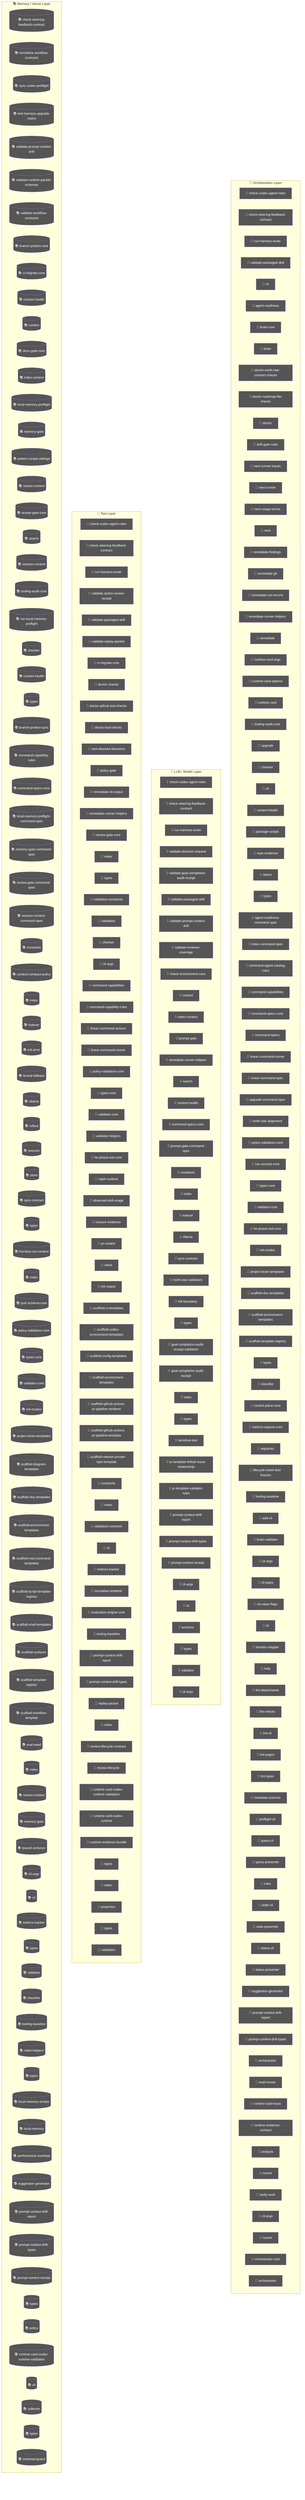
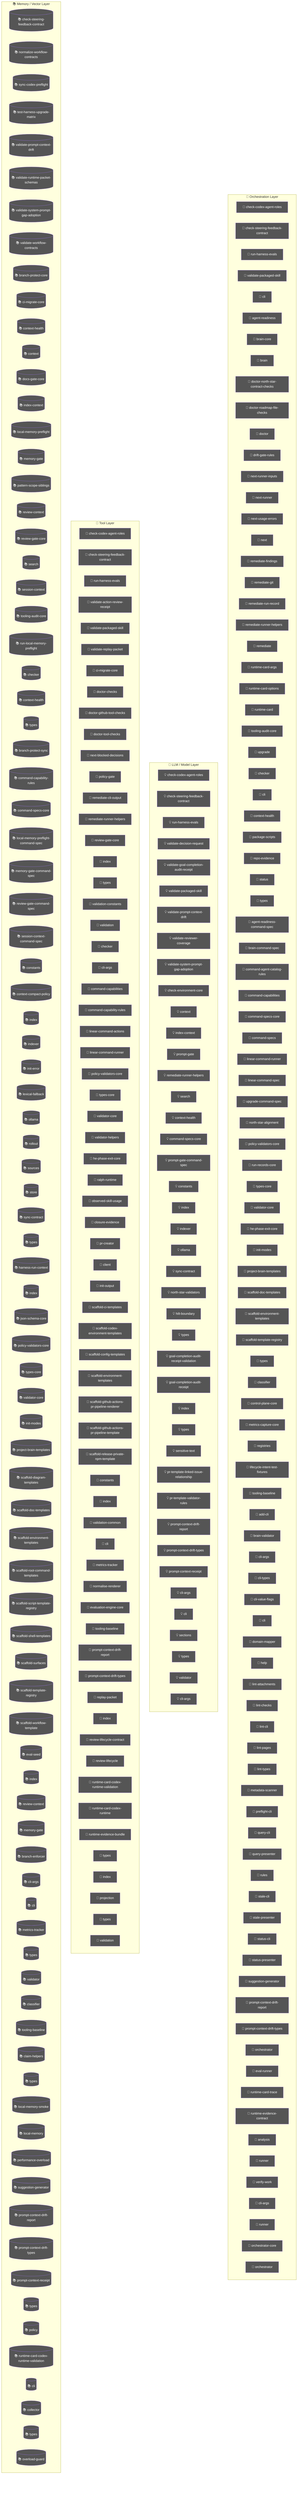
flowchart TD
  subgraph Orchestration["🎯 Orchestration Layer"]
    node_agent_mmd_orchestration_layer_orchestration_chec_7a9f0b64["🤖 check-codex-agent-roles"]
    node_agent_mmd_orchestration_layer_orchestration_chec_7fd47f5c["🤖 check-steering-feedback-contract"]
    node_agent_mmd_orchestration_layer_orchestration_run__18817957["🤖 run-harness-evals"]
    node_agent_mmd_orchestration_layer_orchestration_vali_c01b04be["🤖 validate-packaged-skill"]
    cli_99bb8840["🤖 cli"]
    agent_readiness_c82c68e6["🤖 agent-readiness"]
    brain_core_aa07c380["🤖 brain-core"]
    brain_bbbf7a64["🤖 brain"]
    doctor_north_star_contract_checks_0048124c["🤖 doctor-north-star-contract-checks"]
    doctor_roadmap_file_checks_14447b8e["🤖 doctor-roadmap-file-checks"]
    doctor_72f4be89["🤖 doctor"]
    drift_gate_rules_9685e72d["🤖 drift-gate-rules"]
    next_runner_inputs_754dba64["🤖 next-runner-inputs"]
    next_runner_41643472["🤖 next-runner"]
    next_usage_errors_837a345a["🤖 next-usage-errors"]
    next_c6c1c9a9["🤖 next"]
    remediate_findings_8b09c8c6["🤖 remediate-findings"]
    remediate_git_58c6f6f4["🤖 remediate-git"]
    remediate_run_record_9dfe5dc1["🤖 remediate-run-record"]
    node_agent_mmd_orchestration_layer_orchestration_reme_359fe98f["🤖 remediate-runner-helpers"]
    remediate_06b9c7fc["🤖 remediate"]
    runtime_card_args_2b3d4b28["🤖 runtime-card-args"]
    runtime_card_options_c9156ad5["🤖 runtime-card-options"]
    runtime_card_e06b53e1["🤖 runtime-card"]
    node_agent_mmd_orchestration_layer_orchestration_tool_acfe0c01["🤖 tooling-audit-core"]
    upgrade_7fef9479["🤖 upgrade"]
    node_agent_mmd_orchestration_layer_orchestration_chec_0550c395["🤖 checker"]
    cli_1_084e05fe["🤖 cli"]
    node_agent_mmd_orchestration_layer_orchestration_cont_61b3b9c9["🤖 context-health"]
    package_scripts_3ee6150f["🤖 package-scripts"]
    repo_evidence_38bb1de5["🤖 repo-evidence"]
    status_073c1634["🤖 status"]
    node_agent_mmd_orchestration_layer_orchestration_type_4f906dcc["🤖 types"]
    agent_readiness_command_spec_a30c2c1e["🤖 agent-readiness-command-spec"]
    brain_command_spec_15b122d5["🤖 brain-command-spec"]
    command_agent_catalog_rules_8e06b2af["🤖 command-agent-catalog-rules"]
    node_agent_mmd_orchestration_layer_orchestration_comm_6e41a7f7["🤖 command-capabilities"]
    node_agent_mmd_orchestration_layer_orchestration_comm_1f8cc24c["🤖 command-specs-core"]
    command_specs_69167c63["🤖 command-specs"]
    node_agent_mmd_orchestration_layer_orchestration_line_b67affd5["🤖 linear-command-runner"]
    linear_command_spec_1e12dd44["🤖 linear-command-spec"]
    upgrade_command_spec_03f6c7bd["🤖 upgrade-command-spec"]
    north_star_alignment_00440188["🤖 north-star-alignment"]
    node_agent_mmd_orchestration_layer_orchestration_poli_3270b55d["🤖 policy-validators-core"]
    run_records_core_89286dfa["🤖 run-records-core"]
    node_agent_mmd_orchestration_layer_orchestration_type_7cf81261["🤖 types-core"]
    node_agent_mmd_orchestration_layer_orchestration_vali_d9fe99e6["🤖 validator-core"]
    node_agent_mmd_orchestration_layer_orchestration_he_p_fc778c24["🤖 he-phase-exit-core"]
    node_agent_mmd_orchestration_layer_orchestration_init_2a9c3ecb["🤖 init-modes"]
    node_agent_mmd_orchestration_layer_orchestration_proj_6ab6f60f["🤖 project-brain-templates"]
    node_agent_mmd_orchestration_layer_orchestration_scaf_12cc07db["🤖 scaffold-doc-templates"]
    node_agent_mmd_orchestration_layer_orchestration_scaf_c9a90c2f["🤖 scaffold-environment-templates"]
    node_agent_mmd_orchestration_layer_orchestration_scaf_ff8f92f6["🤖 scaffold-template-registry"]
    types_16_0fae1112["🤖 types"]
    node_agent_mmd_orchestration_layer_orchestration_clas_899b821a["🤖 classifier"]
    control_plane_core_db3b4cb2["🤖 control-plane-core"]
    metrics_capture_core_db4bf7cf["🤖 metrics-capture-core"]
    registries_06402afa["🤖 registries"]
    lifecycle_intent_test_fixtures_a53c7ada["🤖 lifecycle-intent-test-fixtures"]
    node_agent_mmd_orchestration_layer_orchestration_tool_cc43149f["🤖 tooling-baseline"]
    add_cli_7614de25["🤖 add-cli"]
    brain_validator_be251832["🤖 brain-validator"]
    cli_args_8_d546936e["🤖 cli-args"]
    cli_types_1686e858["🤖 cli-types"]
    cli_value_flags_732a8e43["🤖 cli-value-flags"]
    cli_9_b54c1407["🤖 cli"]
    domain_mapper_cd9333d2["🤖 domain-mapper"]
    help_106a5842["🤖 help"]
    lint_attachments_873c0632["🤖 lint-attachments"]
    lint_checks_83522b19["🤖 lint-checks"]
    lint_cli_9ec62ec0["🤖 lint-cli"]
    lint_pages_e33301d0["🤖 lint-pages"]
    lint_types_2862c255["🤖 lint-types"]
    metadata_scanner_6a101b66["🤖 metadata-scanner"]
    preflight_cli_5d148379["🤖 preflight-cli"]
    query_cli_b95be64d["🤖 query-cli"]
    query_presenter_02e6077c["🤖 query-presenter"]
    rules_6c621d1a["🤖 rules"]
    stale_cli_64548720["🤖 stale-cli"]
    stale_presenter_1de4e3a2["🤖 stale-presenter"]
    status_cli_4c24a0d6["🤖 status-cli"]
    status_presenter_8de686c1["🤖 status-presenter"]
    node_agent_mmd_orchestration_layer_orchestration_sugg_85c5ebe3["🤖 suggestion-generator"]
    node_agent_mmd_orchestration_layer_orchestration_prom_d17b4de2["🤖 prompt-context-drift-report"]
    node_agent_mmd_orchestration_layer_orchestration_prom_77088997["🤖 prompt-context-drift-types"]
    orchestrator_11376b7e["🤖 orchestrator"]
    eval_runner_0966a6b3["🤖 eval-runner"]
    runtime_card_trace_64a5ca95["🤖 runtime-card-trace"]
    runtime_evidence_contract_0f7b15b2["🤖 runtime-evidence-contract"]
    analysis_f44e85c4["🤖 analysis"]
    runner_527aa9f4["🤖 runner"]
    verify_work_1_cd8e7ec3["🤖 verify-work"]
    cli_args_14_3481043e["🤖 cli-args"]
    runner_1_6f281bf8["🤖 runner"]
    orchestrator_core_d0678b53["🤖 orchestrator-core"]
    orchestrator_1_6b7137c5["🤖 orchestrator"]
  end
  subgraph LLMLayer["🧠 LLM / Model Layer"]
    node_agent_mmd_llm_model_layer_llmlayer_check_codex_a_29e7b7fa["💡 check-codex-agent-roles"]
    node_agent_mmd_llm_model_layer_llmlayer_check_steerin_0e1bf90d["💡 check-steering-feedback-contract"]
    node_agent_mmd_llm_model_layer_llmlayer_run_harness_e_603fcfdc["💡 run-harness-evals"]
    validate_decision_request_2e5c325e["💡 validate-decision-request"]
    validate_goal_completion_audit_receipt_100d252c["💡 validate-goal-completion-audit-receipt"]
    node_agent_mmd_llm_model_layer_llmlayer_validate_pack_2a12e1f4["💡 validate-packaged-skill"]
    node_agent_mmd_llm_model_layer_llmlayer_validate_prom_9880f764["💡 validate-prompt-context-drift"]
    validate_reviewer_coverage_251efee3["💡 validate-reviewer-coverage"]
+     node_agent_mmd_llm_model_layer_llmlayer_validate_syst_5636156e["💡 validate-system-prompt-gap-adoption"]
    check_environment_core_2c16213f["💡 check-environment-core"]
    node_agent_mmd_llm_model_layer_llmlayer_context_conte_ad2dfbd9["💡 context"]
    node_agent_mmd_llm_model_layer_llmlayer_index_context_1041bd11["💡 index-context"]
    prompt_gate_c5e9d207["💡 prompt-gate"]
    node_agent_mmd_llm_model_layer_llmlayer_remediate_run_9e3d4585["💡 remediate-runner-helpers"]
    node_agent_mmd_llm_model_layer_llmlayer_search_search_66b9a911["💡 search"]
    node_agent_mmd_llm_model_layer_llmlayer_context_healt_cfc0bfa8["💡 context-health"]
    node_agent_mmd_llm_model_layer_llmlayer_command_specs_782af9fa["💡 command-specs-core"]
    prompt_gate_command_spec_9a941482["💡 prompt-gate-command-spec"]
    node_agent_mmd_llm_model_layer_llmlayer_constants_con_c9bd3f6c["💡 constants"]
    node_agent_mmd_llm_model_layer_llmlayer_index_index_1_02e160ff["💡 index"]
    node_agent_mmd_llm_model_layer_llmlayer_indexer_index_4f4deef5["💡 indexer"]
    node_agent_mmd_llm_model_layer_llmlayer_ollama_ollama_968b23fa["💡 ollama"]
    node_agent_mmd_llm_model_layer_llmlayer_sync_contract_9f3cc8c1["💡 sync-contract"]
    north_star_validators_cfc926ce["💡 north-star-validators"]
    hilt_boundary_9b36fb15["💡 hilt-boundary"]
    types_10_75e5a4a0["💡 types"]
    goal_completion_audit_receipt_validation_9d0f4891["💡 goal-completion-audit-receipt-validation"]
    goal_completion_audit_receipt_5e4939c3["💡 goal-completion-audit-receipt"]
    index_5_522f772a["💡 index"]
    node_agent_mmd_llm_model_layer_llmlayer_constants_con_c9bd3f6c["💡 constants"]
    types_17_ed30531c["💡 types"]
    sensitive_text_7c11f760["💡 sensitive-text"]
    pr_template_linked_issue_relationship_a7b61f2c["💡 pr-template-linked-issue-relationship"]
    pr_template_validator_rules_20a32d6b["💡 pr-template-validator-rules"]
    node_agent_mmd_llm_model_layer_llmlayer_index_index_1_02e160ff["💡 index"]
    node_agent_mmd_llm_model_layer_llmlayer_prompt_contex_81f9066a["💡 prompt-context-drift-report"]
    node_agent_mmd_llm_model_layer_llmlayer_prompt_contex_e5066b88["💡 prompt-context-drift-types"]
    node_agent_mmd_llm_model_layer_llmlayer_index_index_1_02e160ff["💡 index"]
    node_agent_mmd_llm_model_layer_llmlayer_prompt_contex_6426acc2["💡 prompt-context-receipt"]
    cli_args_9_9c136878["💡 cli-args"]
    cli_10_35dc8cbd["💡 cli"]
    sections_4697ef32["💡 sections"]
    types_27_4d134744["💡 types"]
    validator_7_f836eb0e["💡 validator"]
    cli_args_10_861cdd3f["💡 cli-args"]
  end
  subgraph ToolLayer["🔧 Tool Layer"]
    node_agent_mmd_tool_layer_toollayer_check_codex_agent_4b361d5a["🔧 check-codex-agent-roles"]
    node_agent_mmd_tool_layer_toollayer_check_steering_fe_eafecf3a["🔧 check-steering-feedback-contract"]
    node_agent_mmd_tool_layer_toollayer_run_harness_evals_e2ee24f1["🔧 run-harness-evals"]
    validate_action_review_receipt_fa2f06c3["🔧 validate-action-review-receipt"]
    node_agent_mmd_tool_layer_toollayer_validate_packaged_2855c827["🔧 validate-packaged-skill"]
    validate_replay_packet_f309747e["🔧 validate-replay-packet"]
    node_agent_mmd_tool_layer_toollayer_ci_migrate_core_c_049f8460["🔧 ci-migrate-core"]
    doctor_checks_5a2eb2b9["🔧 doctor-checks"]
    doctor_github_tool_checks_a53b0382["🔧 doctor-github-tool-checks"]
    doctor_tool_checks_4acac51a["🔧 doctor-tool-checks"]
    next_blocked_decisions_4140ad2b["🔧 next-blocked-decisions"]
    policy_gate_213f7313["🔧 policy-gate"]
    remediate_cli_output_cc165396["🔧 remediate-cli-output"]
    node_agent_mmd_tool_layer_toollayer_remediate_runner__c003b871["🔧 remediate-runner-helpers"]
    node_agent_mmd_tool_layer_toollayer_review_gate_core__7704598b["🔧 review-gate-core"]
    index_1bc04b52["🔧 index"]
    types_1_4ecdf56e["🔧 types"]
    validation_constants_e002a0f6["🔧 validation-constants"]
    validation_98c41dcd["🔧 validation"]
    node_agent_mmd_tool_layer_toollayer_checker_checker_2_453d593b["🔧 checker"]
    cli_args_1_6144b055["🔧 cli-args"]
    node_agent_mmd_tool_layer_toollayer_command_capabilit_7fe13db1["🔧 command-capabilities"]
    node_agent_mmd_tool_layer_toollayer_command_capabilit_e97a4615["🔧 command-capability-rules"]
    linear_command_actions_e430f4f4["🔧 linear-command-actions"]
    node_agent_mmd_tool_layer_toollayer_linear_command_ru_d6763748["🔧 linear-command-runner"]
    node_agent_mmd_tool_layer_toollayer_policy_validators_af136abf["🔧 policy-validators-core"]
    node_agent_mmd_tool_layer_toollayer_types_core_types__6c8319b6["🔧 types-core"]
    node_agent_mmd_tool_layer_toollayer_validator_core_va_6ef6131f["🔧 validator-core"]
    validator_helpers_7b927667["🔧 validator-helpers"]
    node_agent_mmd_tool_layer_toollayer_he_phase_exit_cor_af016160["🔧 he-phase-exit-core"]
    ralph_runtime_73d63c0e["🔧 ralph-runtime"]
    observed_skill_usage_ed7d5930["🔧 observed-skill-usage"]
    closure_evidence_aaa31467["🔧 closure-evidence"]
    pr_creator_dc6b1ea4["🔧 pr-creator"]
    client_948fe603["🔧 client"]
    init_output_360dce91["🔧 init-output"]
    scaffold_ci_templates_2afd6392["🔧 scaffold-ci-templates"]
    scaffold_codex_environment_templates_334fbbed["🔧 scaffold-codex-environment-templates"]
    scaffold_config_templates_4b80ce53["🔧 scaffold-config-templates"]
    node_agent_mmd_tool_layer_toollayer_scaffold_environm_c1afc013["🔧 scaffold-environment-templates"]
    scaffold_github_actions_pr_pipeline_renderer_1ee18de5["🔧 scaffold-github-actions-pr-pipeline-renderer"]
    scaffold_github_actions_pr_pipeline_template_e2b85f62["🔧 scaffold-github-actions-pr-pipeline-template"]
    scaffold_release_private_npm_template_075499f8["🔧 scaffold-release-private-npm-template"]
    node_agent_mmd_tool_layer_toollayer_constants_constan_9d71b829["🔧 constants"]
    index_9_32dd4d91["🔧 index"]
    validation_common_6161e48b["🔧 validation-common"]
    node_agent_mmd_tool_layer_toollayer_cli_cli_2_1_32d9eeaf["🔧 cli"]
    node_agent_mmd_tool_layer_toollayer_metrics_tracker_m_4c9237d8["🔧 metrics-tracker"]
    normalise_renderer_85f2e563["🔧 normalise-renderer"]
    evaluation_engine_core_e054fe49["🔧 evaluation-engine-core"]
    node_agent_mmd_tool_layer_toollayer_tooling_baseline__61e66e9f["🔧 tooling-baseline"]
    node_agent_mmd_tool_layer_toollayer_prompt_context_dr_a2772f2b["🔧 prompt-context-drift-report"]
    node_agent_mmd_tool_layer_toollayer_prompt_context_dr_bd82da46["🔧 prompt-context-drift-types"]
    replay_packet_a1293f88["🔧 replay-packet"]
    index_14_d982116c["🔧 index"]
    review_lifecycle_contract_e5447221["🔧 review-lifecycle-contract"]
    review_lifecycle_89afa64c["🔧 review-lifecycle"]
    node_agent_mmd_tool_layer_toollayer_runtime_card_code_3636ceac["🔧 runtime-card-codex-runtime-validation"]
    runtime_card_codex_runtime_0655e230["🔧 runtime-card-codex-runtime"]
    runtime_evidence_bundle_d471a232["🔧 runtime-evidence-bundle"]
    types_36_674380ec["🔧 types"]
    index_17_642943a2["🔧 index"]
    projection_1b250ea1["🔧 projection"]
    types_38_e8efcd57["🔧 types"]
    validation_7_c4e6d8b6["🔧 validation"]
  end
  subgraph MemoryLayer["📚 Memory / Vector Layer"]
    node_agent_mmd_memory_vector_layer_memorylayer_check__64c86928[("📚 check-steering-feedback-contract")]
    normalize_workflow_contracts_8701f1c8[("📚 normalize-workflow-contracts")]
    sync_codex_preflight_7e7a8dc2[("📚 sync-codex-preflight")]
    test_harness_upgrade_matrix_84113c4e[("📚 test-harness-upgrade-matrix")]
    node_agent_mmd_memory_vector_layer_memorylayer_valida_c52c4db8[("📚 validate-prompt-context-drift")]
    validate_runtime_packet_schemas_bc3ba8ec[("📚 validate-runtime-packet-schemas")]
+     node_agent_mmd_memory_vector_layer_memorylayer_valida_db599a97[("📚 validate-system-prompt-gap-adoption")]
    validate_workflow_contracts_33dc063c[("📚 validate-workflow-contracts")]
    branch_protect_core_a8feb0fd[("📚 branch-protect-core")]
    node_agent_mmd_memory_vector_layer_memorylayer_ci_mig_0cd5b1a4[("📚 ci-migrate-core")]
    context_health_80bb7da9[("📚 context-health")]
    node_agent_mmd_memory_vector_layer_memorylayer_contex_78ceaaa9[("📚 context")]
    docs_gate_core_eb9b6c18[("📚 docs-gate-core")]
    node_agent_mmd_memory_vector_layer_memorylayer_index__6f3402d0[("📚 index-context")]
    local_memory_preflight_dcc36c42[("📚 local-memory-preflight")]
    memory_gate_a577a506[("📚 memory-gate")]
    pattern_scope_siblings_43abe000[("📚 pattern-scope-siblings")]
    review_context_ca6cf81d[("📚 review-context")]
    node_agent_mmd_memory_vector_layer_memorylayer_review_5bee9816[("📚 review-gate-core")]
    node_agent_mmd_memory_vector_layer_memorylayer_search_ac35cb7e[("📚 search")]
    session_context_e5ec72c0[("📚 session-context")]
    node_agent_mmd_memory_vector_layer_memorylayer_toolin_a1185b8f[("📚 tooling-audit-core")]
    run_local_memory_preflight_36e92808[("📚 run-local-memory-preflight")]
    node_agent_mmd_memory_vector_layer_memorylayer_checke_a583eb4f[("📚 checker")]
    node_agent_mmd_memory_vector_layer_memorylayer_contex_3204aa0e[("📚 context-health")]
    node_agent_mmd_memory_vector_layer_memorylayer_types__9ad640a0[("📚 types")]
    branch_protect_sync_570adb18[("📚 branch-protect-sync")]
    node_agent_mmd_memory_vector_layer_memorylayer_comman_c72a5d05[("📚 command-capability-rules")]
    node_agent_mmd_memory_vector_layer_memorylayer_comman_111eb454[("📚 command-specs-core")]
    local_memory_preflight_command_spec_9e23f3ce[("📚 local-memory-preflight-command-spec")]
    memory_gate_command_spec_dc9001a9[("📚 memory-gate-command-spec")]
    review_gate_command_spec_3187376a[("📚 review-gate-command-spec")]
    session_context_command_spec_973afbb1[("📚 session-context-command-spec")]
    node_agent_mmd_memory_vector_layer_memorylayer_consta_702d3f46[("📚 constants")]
    context_compact_policy_3dcaf95d[("📚 context-compact-policy")]
    node_agent_mmd_memory_vector_layer_memorylayer_index__752bc61e[("📚 index")]
    node_agent_mmd_memory_vector_layer_memorylayer_indexe_93e6d86f[("📚 indexer")]
    init_error_5c7dd49f[("📚 init-error")]
    lexical_fallback_723e2b3e[("📚 lexical-fallback")]
    node_agent_mmd_memory_vector_layer_memorylayer_ollama_6d51be16[("📚 ollama")]
    rollout_a4fa034c[("📚 rollout")]
    sources_878a52fc[("📚 sources")]
    store_824d80d7[("📚 store")]
    node_agent_mmd_memory_vector_layer_memorylayer_sync_c_e43418bc[("📚 sync-contract")]
    types_8_f6283648[("📚 types")]
    harness_run_context_ac7c77a9[("📚 harness-run-context")]
    index_4_013aa0e3[("📚 index")]
    json_schema_core_96d7e328[("📚 json-schema-core")]
    node_agent_mmd_memory_vector_layer_memorylayer_policy_1944de42[("📚 policy-validators-core")]
    node_agent_mmd_memory_vector_layer_memorylayer_types__83f369fa[("📚 types-core")]
    node_agent_mmd_memory_vector_layer_memorylayer_valida_41034356[("📚 validator-core")]
    node_agent_mmd_memory_vector_layer_memorylayer_init_m_333d02c5[("📚 init-modes")]
    node_agent_mmd_memory_vector_layer_memorylayer_projec_3ae304d9[("📚 project-brain-templates")]
    scaffold_diagram_templates_dd88e83c[("📚 scaffold-diagram-templates")]
    node_agent_mmd_memory_vector_layer_memorylayer_scaffo_5fd73b94[("📚 scaffold-doc-templates")]
    node_agent_mmd_memory_vector_layer_memorylayer_scaffo_12b42341[("📚 scaffold-environment-templates")]
    scaffold_root_command_templates_404fed7f[("📚 scaffold-root-command-templates")]
    scaffold_script_template_registry_69312d4e[("📚 scaffold-script-template-registry")]
    scaffold_shell_templates_0ad0f915[("📚 scaffold-shell-templates")]
    scaffold_surfaces_12d6494e[("📚 scaffold-surfaces")]
    node_agent_mmd_memory_vector_layer_memorylayer_scaffo_a86eece1[("📚 scaffold-template-registry")]
    scaffold_workflow_template_92310587[("📚 scaffold-workflow-template")]
    eval_seed_5699fd3e[("📚 eval-seed")]
    index_10_f6785a46[("📚 index")]
    review_context_1_e3afed15[("📚 review-context")]
    memory_gate_1_265164ac[("📚 memory-gate")]
    branch_enforcer_acb749cd[("📚 branch-enforcer")]
    cli_args_5_09ea29f0[("📚 cli-args")]
    node_agent_mmd_memory_vector_layer_memorylayer_cli_cl_1f1f89ab[("📚 cli")]
    node_agent_mmd_memory_vector_layer_memorylayer_metric_12562178[("📚 metrics-tracker")]
    types_19_eb4ad5f0[("📚 types")]
    validator_5_b19ac2be[("📚 validator")]
    node_agent_mmd_memory_vector_layer_memorylayer_classi_1ebbf5ff[("📚 classifier")]
    node_agent_mmd_memory_vector_layer_memorylayer_toolin_14f86b00[("📚 tooling-baseline")]
    claim_helpers_20dc8387[("📚 claim-helpers")]
    types_24_c63dc1a7[("📚 types")]
    local_memory_smoke_1175abfc[("📚 local-memory-smoke")]
    local_memory_0db17ecc[("📚 local-memory")]
    performance_overload_c685bfcf[("📚 performance-overload")]
    node_agent_mmd_memory_vector_layer_memorylayer_sugges_267f408d[("📚 suggestion-generator")]
    node_agent_mmd_memory_vector_layer_memorylayer_index__752bc61e[("📚 index")]
    node_agent_mmd_memory_vector_layer_memorylayer_prompt_ae34fc43[("📚 prompt-context-drift-report")]
    node_agent_mmd_memory_vector_layer_memorylayer_prompt_efd77624[("📚 prompt-context-drift-types")]
    node_agent_mmd_memory_vector_layer_memorylayer_index__752bc61e[("📚 index")]
    node_agent_mmd_memory_vector_layer_memorylayer_prompt_55c0d605[("📚 prompt-context-receipt")]
    types_31_eb363e20[("📚 types")]
    policy_1_fc4198db[("📚 policy")]
    node_agent_mmd_memory_vector_layer_memorylayer_runtim_a5d23e7f[("📚 runtime-card-codex-runtime-validation")]
    cli_11_338a8415[("📚 cli")]
    collector_0736fd5b[("📚 collector")]
    types_34_85e6a0bb[("📚 types")]
    overload_guard_2748c559[("📚 overload-guard")]
  end
  classDef agentNode fill:#555,color:#fff
  class node_agent_mmd_orchestration_layer_orchestration_chec_7a9f0b64,node_agent_mmd_llm_model_layer_llmlayer_check_codex_a_29e7b7fa,node_agent_mmd_tool_layer_toollayer_check_codex_agent_4b361d5a,node_agent_mmd_orchestration_layer_orchestration_chec_7fd47f5c,node_agent_mmd_llm_model_layer_llmlayer_check_steerin_0e1bf90d,node_agent_mmd_tool_layer_toollayer_check_steering_fe_eafecf3a,node_agent_mmd_memory_vector_layer_memorylayer_check__64c86928,node_agent_mmd_orchestration_layer_orchestration_run__18817957,node_agent_mmd_llm_model_layer_llmlayer_run_harness_e_603fcfdc,node_agent_mmd_tool_layer_toollayer_run_harness_evals_e2ee24f1,node_agent_mmd_orchestration_layer_orchestration_vali_c01b04be,node_agent_mmd_llm_model_layer_llmlayer_validate_pack_2a12e1f4,node_agent_mmd_tool_layer_toollayer_validate_packaged_2855c827,cli_99bb8840,agent_readiness_c82c68e6,brain_core_aa07c380,brain_bbbf7a64,doctor_north_star_contract_checks_0048124c,doctor_roadmap_file_checks_14447b8e,doctor_72f4be89,drift_gate_rules_9685e72d,next_runner_inputs_754dba64,next_runner_41643472,next_usage_errors_837a345a,next_c6c1c9a9,remediate_findings_8b09c8c6,remediate_git_58c6f6f4,remediate_run_record_9dfe5dc1,node_agent_mmd_orchestration_layer_orchestration_reme_359fe98f,node_agent_mmd_llm_model_layer_llmlayer_remediate_run_9e3d4585,node_agent_mmd_tool_layer_toollayer_remediate_runner__c003b871,remediate_06b9c7fc,runtime_card_args_2b3d4b28,runtime_card_options_c9156ad5,runtime_card_e06b53e1,node_agent_mmd_orchestration_layer_orchestration_tool_acfe0c01,node_agent_mmd_memory_vector_layer_memorylayer_toolin_a1185b8f,upgrade_7fef9479,node_agent_mmd_orchestration_layer_orchestration_chec_0550c395,node_agent_mmd_tool_layer_toollayer_checker_checker_2_453d593b,node_agent_mmd_memory_vector_layer_memorylayer_checke_a583eb4f,cli_1_084e05fe,node_agent_mmd_orchestration_layer_orchestration_cont_61b3b9c9,node_agent_mmd_llm_model_layer_llmlayer_context_healt_cfc0bfa8,node_agent_mmd_memory_vector_layer_memorylayer_contex_3204aa0e,package_scripts_3ee6150f,repo_evidence_38bb1de5,status_073c1634,node_agent_mmd_orchestration_layer_orchestration_type_4f906dcc,node_agent_mmd_memory_vector_layer_memorylayer_types__9ad640a0,agent_readiness_command_spec_a30c2c1e,brain_command_spec_15b122d5,command_agent_catalog_rules_8e06b2af,node_agent_mmd_orchestration_layer_orchestration_comm_6e41a7f7,node_agent_mmd_tool_layer_toollayer_command_capabilit_7fe13db1,node_agent_mmd_orchestration_layer_orchestration_comm_1f8cc24c,node_agent_mmd_llm_model_layer_llmlayer_command_specs_782af9fa,node_agent_mmd_memory_vector_layer_memorylayer_comman_111eb454,command_specs_69167c63,node_agent_mmd_orchestration_layer_orchestration_line_b67affd5,node_agent_mmd_tool_layer_toollayer_linear_command_ru_d6763748,linear_command_spec_1e12dd44,upgrade_command_spec_03f6c7bd,north_star_alignment_00440188,node_agent_mmd_orchestration_layer_orchestration_poli_3270b55d,node_agent_mmd_tool_layer_toollayer_policy_validators_af136abf,node_agent_mmd_memory_vector_layer_memorylayer_policy_1944de42,run_records_core_89286dfa,node_agent_mmd_orchestration_layer_orchestration_type_7cf81261,node_agent_mmd_tool_layer_toollayer_types_core_types__6c8319b6,node_agent_mmd_memory_vector_layer_memorylayer_types__83f369fa,node_agent_mmd_orchestration_layer_orchestration_vali_d9fe99e6,node_agent_mmd_tool_layer_toollayer_validator_core_va_6ef6131f,node_agent_mmd_memory_vector_layer_memorylayer_valida_41034356,node_agent_mmd_orchestration_layer_orchestration_he_p_fc778c24,node_agent_mmd_tool_layer_toollayer_he_phase_exit_cor_af016160,node_agent_mmd_orchestration_layer_orchestration_init_2a9c3ecb,node_agent_mmd_memory_vector_layer_memorylayer_init_m_333d02c5,node_agent_mmd_orchestration_layer_orchestration_proj_6ab6f60f,node_agent_mmd_memory_vector_layer_memorylayer_projec_3ae304d9,node_agent_mmd_orchestration_layer_orchestration_scaf_12cc07db,node_agent_mmd_memory_vector_layer_memorylayer_scaffo_5fd73b94,node_agent_mmd_orchestration_layer_orchestration_scaf_c9a90c2f,node_agent_mmd_tool_layer_toollayer_scaffold_environm_c1afc013,node_agent_mmd_memory_vector_layer_memorylayer_scaffo_12b42341,node_agent_mmd_orchestration_layer_orchestration_scaf_ff8f92f6,node_agent_mmd_memory_vector_layer_memorylayer_scaffo_a86eece1,types_16_0fae1112,node_agent_mmd_orchestration_layer_orchestration_clas_899b821a,node_agent_mmd_memory_vector_layer_memorylayer_classi_1ebbf5ff,control_plane_core_db3b4cb2,metrics_capture_core_db4bf7cf,registries_06402afa,lifecycle_intent_test_fixtures_a53c7ada,node_agent_mmd_orchestration_layer_orchestration_tool_cc43149f,node_agent_mmd_tool_layer_toollayer_tooling_baseline__61e66e9f,node_agent_mmd_memory_vector_layer_memorylayer_toolin_14f86b00,add_cli_7614de25,brain_validator_be251832,cli_args_8_d546936e,cli_types_1686e858,cli_value_flags_732a8e43,cli_9_b54c1407,domain_mapper_cd9333d2,help_106a5842,lint_attachments_873c0632,lint_checks_83522b19,lint_cli_9ec62ec0,lint_pages_e33301d0,lint_types_2862c255,metadata_scanner_6a101b66,preflight_cli_5d148379,query_cli_b95be64d,query_presenter_02e6077c,rules_6c621d1a,stale_cli_64548720,stale_presenter_1de4e3a2,status_cli_4c24a0d6,status_presenter_8de686c1,node_agent_mmd_orchestration_layer_orchestration_sugg_85c5ebe3,node_agent_mmd_memory_vector_layer_memorylayer_sugges_267f408d,node_agent_mmd_orchestration_layer_orchestration_prom_d17b4de2,node_agent_mmd_llm_model_layer_llmlayer_prompt_contex_81f9066a,node_agent_mmd_tool_layer_toollayer_prompt_context_dr_a2772f2b,node_agent_mmd_memory_vector_layer_memorylayer_prompt_ae34fc43,node_agent_mmd_orchestration_layer_orchestration_prom_77088997,node_agent_mmd_llm_model_layer_llmlayer_prompt_contex_e5066b88,node_agent_mmd_tool_layer_toollayer_prompt_context_dr_bd82da46,node_agent_mmd_memory_vector_layer_memorylayer_prompt_efd77624,orchestrator_11376b7e,eval_runner_0966a6b3,runtime_card_trace_64a5ca95,runtime_evidence_contract_0f7b15b2,analysis_f44e85c4,runner_527aa9f4,verify_work_1_cd8e7ec3,cli_args_14_3481043e,runner_1_6f281bf8,orchestrator_core_d0678b53,orchestrator_1_6b7137c5 agentNode
  classDef llmNode fill:#555,color:#fff
-   class node_agent_mmd_orchestration_layer_orchestration_chec_7a9f0b64,node_agent_mmd_llm_model_layer_llmlayer_check_codex_a_29e7b7fa,node_agent_mmd_tool_layer_toollayer_check_codex_agent_4b361d5a,node_agent_mmd_orchestration_layer_orchestration_chec_7fd47f5c,node_agent_mmd_llm_model_layer_llmlayer_check_steerin_0e1bf90d,node_agent_mmd_tool_layer_toollayer_check_steering_fe_eafecf3a,node_agent_mmd_memory_vector_layer_memorylayer_check__64c86928,node_agent_mmd_orchestration_layer_orchestration_run__18817957,node_agent_mmd_llm_model_layer_llmlayer_run_harness_e_603fcfdc,node_agent_mmd_tool_layer_toollayer_run_harness_evals_e2ee24f1,validate_decision_request_2e5c325e,validate_goal_completion_audit_receipt_100d252c,node_agent_mmd_orchestration_layer_orchestration_vali_c01b04be,node_agent_mmd_llm_model_layer_llmlayer_validate_pack_2a12e1f4,node_agent_mmd_tool_layer_toollayer_validate_packaged_2855c827,node_agent_mmd_llm_model_layer_llmlayer_validate_prom_9880f764,node_agent_mmd_memory_vector_layer_memorylayer_valida_c52c4db8,validate_reviewer_coverage_251efee3,check_environment_core_2c16213f,node_agent_mmd_llm_model_layer_llmlayer_context_conte_ad2dfbd9,node_agent_mmd_memory_vector_layer_memorylayer_contex_78ceaaa9,node_agent_mmd_llm_model_layer_llmlayer_index_context_1041bd11,node_agent_mmd_memory_vector_layer_memorylayer_index__6f3402d0,prompt_gate_c5e9d207,node_agent_mmd_orchestration_layer_orchestration_reme_359fe98f,node_agent_mmd_llm_model_layer_llmlayer_remediate_run_9e3d4585,node_agent_mmd_tool_layer_toollayer_remediate_runner__c003b871,node_agent_mmd_llm_model_layer_llmlayer_search_search_66b9a911,node_agent_mmd_memory_vector_layer_memorylayer_search_ac35cb7e,node_agent_mmd_orchestration_layer_orchestration_cont_61b3b9c9,node_agent_mmd_llm_model_layer_llmlayer_context_healt_cfc0bfa8,node_agent_mmd_memory_vector_layer_memorylayer_contex_3204aa0e,node_agent_mmd_orchestration_layer_orchestration_comm_1f8cc24c,node_agent_mmd_llm_model_layer_llmlayer_command_specs_782af9fa,node_agent_mmd_memory_vector_layer_memorylayer_comman_111eb454,prompt_gate_command_spec_9a941482,node_agent_mmd_llm_model_layer_llmlayer_constants_con_c9bd3f6c,node_agent_mmd_memory_vector_layer_memorylayer_consta_702d3f46,node_agent_mmd_llm_model_layer_llmlayer_index_index_1_02e160ff,node_agent_mmd_memory_vector_layer_memorylayer_index__752bc61e,node_agent_mmd_llm_model_layer_llmlayer_indexer_index_4f4deef5,node_agent_mmd_memory_vector_layer_memorylayer_indexe_93e6d86f,node_agent_mmd_llm_model_layer_llmlayer_ollama_ollama_968b23fa,node_agent_mmd_memory_vector_layer_memorylayer_ollama_6d51be16,node_agent_mmd_llm_model_layer_llmlayer_sync_contract_9f3cc8c1,node_agent_mmd_memory_vector_layer_memorylayer_sync_c_e43418bc,north_star_validators_cfc926ce,hilt_boundary_9b36fb15,types_10_75e5a4a0,goal_completion_audit_receipt_validation_9d0f4891,goal_completion_audit_receipt_5e4939c3,index_5_522f772a,node_agent_mmd_tool_layer_toollayer_constants_constan_9d71b829,types_17_ed30531c,sensitive_text_7c11f760,pr_template_linked_issue_relationship_a7b61f2c,pr_template_validator_rules_20a32d6b,node_agent_mmd_orchestration_layer_orchestration_prom_d17b4de2,node_agent_mmd_llm_model_layer_llmlayer_prompt_contex_81f9066a,node_agent_mmd_tool_layer_toollayer_prompt_context_dr_a2772f2b,node_agent_mmd_memory_vector_layer_memorylayer_prompt_ae34fc43,node_agent_mmd_orchestration_layer_orchestration_prom_77088997,node_agent_mmd_llm_model_layer_llmlayer_prompt_contex_e5066b88,node_agent_mmd_tool_layer_toollayer_prompt_context_dr_bd82da46,node_agent_mmd_memory_vector_layer_memorylayer_prompt_efd77624,node_agent_mmd_llm_model_layer_llmlayer_prompt_contex_6426acc2,node_agent_mmd_memory_vector_layer_memorylayer_prompt_55c0d605,cli_args_9_9c136878,cli_10_35dc8cbd,sections_4697ef32,types_27_4d134744,validator_7_f836eb0e,cli_args_10_861cdd3f llmNode
+   class node_agent_mmd_orchestration_layer_orchestration_chec_7a9f0b64,node_agent_mmd_llm_model_layer_llmlayer_check_codex_a_29e7b7fa,node_agent_mmd_tool_layer_toollayer_check_codex_agent_4b361d5a,node_agent_mmd_orchestration_layer_orchestration_chec_7fd47f5c,node_agent_mmd_llm_model_layer_llmlayer_check_steerin_0e1bf90d,node_agent_mmd_tool_layer_toollayer_check_steering_fe_eafecf3a,node_agent_mmd_memory_vector_layer_memorylayer_check__64c86928,node_agent_mmd_orchestration_layer_orchestration_run__18817957,node_agent_mmd_llm_model_layer_llmlayer_run_harness_e_603fcfdc,node_agent_mmd_tool_layer_toollayer_run_harness_evals_e2ee24f1,validate_decision_request_2e5c325e,validate_goal_completion_audit_receipt_100d252c,node_agent_mmd_orchestration_layer_orchestration_vali_c01b04be,node_agent_mmd_llm_model_layer_llmlayer_validate_pack_2a12e1f4,node_agent_mmd_tool_layer_toollayer_validate_packaged_2855c827,node_agent_mmd_llm_model_layer_llmlayer_validate_prom_9880f764,node_agent_mmd_memory_vector_layer_memorylayer_valida_c52c4db8,validate_reviewer_coverage_251efee3,node_agent_mmd_llm_model_layer_llmlayer_validate_syst_5636156e,node_agent_mmd_memory_vector_layer_memorylayer_valida_db599a97,check_environment_core_2c16213f,node_agent_mmd_llm_model_layer_llmlayer_context_conte_ad2dfbd9,node_agent_mmd_memory_vector_layer_memorylayer_contex_78ceaaa9,node_agent_mmd_llm_model_layer_llmlayer_index_context_1041bd11,node_agent_mmd_memory_vector_layer_memorylayer_index__6f3402d0,prompt_gate_c5e9d207,node_agent_mmd_orchestration_layer_orchestration_reme_359fe98f,node_agent_mmd_llm_model_layer_llmlayer_remediate_run_9e3d4585,node_agent_mmd_tool_layer_toollayer_remediate_runner__c003b871,node_agent_mmd_llm_model_layer_llmlayer_search_search_66b9a911,node_agent_mmd_memory_vector_layer_memorylayer_search_ac35cb7e,node_agent_mmd_orchestration_layer_orchestration_cont_61b3b9c9,node_agent_mmd_llm_model_layer_llmlayer_context_healt_cfc0bfa8,node_agent_mmd_memory_vector_layer_memorylayer_contex_3204aa0e,node_agent_mmd_orchestration_layer_orchestration_comm_1f8cc24c,node_agent_mmd_llm_model_layer_llmlayer_command_specs_782af9fa,node_agent_mmd_memory_vector_layer_memorylayer_comman_111eb454,prompt_gate_command_spec_9a941482,node_agent_mmd_llm_model_layer_llmlayer_constants_con_c9bd3f6c,node_agent_mmd_memory_vector_layer_memorylayer_consta_702d3f46,node_agent_mmd_llm_model_layer_llmlayer_index_index_1_02e160ff,node_agent_mmd_memory_vector_layer_memorylayer_index__752bc61e,node_agent_mmd_llm_model_layer_llmlayer_indexer_index_4f4deef5,node_agent_mmd_memory_vector_layer_memorylayer_indexe_93e6d86f,node_agent_mmd_llm_model_layer_llmlayer_ollama_ollama_968b23fa,node_agent_mmd_memory_vector_layer_memorylayer_ollama_6d51be16,node_agent_mmd_llm_model_layer_llmlayer_sync_contract_9f3cc8c1,node_agent_mmd_memory_vector_layer_memorylayer_sync_c_e43418bc,north_star_validators_cfc926ce,hilt_boundary_9b36fb15,types_10_75e5a4a0,goal_completion_audit_receipt_validation_9d0f4891,goal_completion_audit_receipt_5e4939c3,index_5_522f772a,node_agent_mmd_tool_layer_toollayer_constants_constan_9d71b829,types_17_ed30531c,sensitive_text_7c11f760,pr_template_linked_issue_relationship_a7b61f2c,pr_template_validator_rules_20a32d6b,node_agent_mmd_orchestration_layer_orchestration_prom_d17b4de2,node_agent_mmd_llm_model_layer_llmlayer_prompt_contex_81f9066a,node_agent_mmd_tool_layer_toollayer_prompt_context_dr_a2772f2b,node_agent_mmd_memory_vector_layer_memorylayer_prompt_ae34fc43,node_agent_mmd_orchestration_layer_orchestration_prom_77088997,node_agent_mmd_llm_model_layer_llmlayer_prompt_contex_e5066b88,node_agent_mmd_tool_layer_toollayer_prompt_context_dr_bd82da46,node_agent_mmd_memory_vector_layer_memorylayer_prompt_efd77624,node_agent_mmd_llm_model_layer_llmlayer_prompt_contex_6426acc2,node_agent_mmd_memory_vector_layer_memorylayer_prompt_55c0d605,cli_args_9_9c136878,cli_10_35dc8cbd,sections_4697ef32,types_27_4d134744,validator_7_f836eb0e,cli_args_10_861cdd3f llmNode
  classDef toolNode fill:#555,color:#fff
  class node_agent_mmd_orchestration_layer_orchestration_chec_7a9f0b64,node_agent_mmd_llm_model_layer_llmlayer_check_codex_a_29e7b7fa,node_agent_mmd_tool_layer_toollayer_check_codex_agent_4b361d5a,node_agent_mmd_orchestration_layer_orchestration_chec_7fd47f5c,node_agent_mmd_llm_model_layer_llmlayer_check_steerin_0e1bf90d,node_agent_mmd_tool_layer_toollayer_check_steering_fe_eafecf3a,node_agent_mmd_memory_vector_layer_memorylayer_check__64c86928,node_agent_mmd_orchestration_layer_orchestration_run__18817957,node_agent_mmd_llm_model_layer_llmlayer_run_harness_e_603fcfdc,node_agent_mmd_tool_layer_toollayer_run_harness_evals_e2ee24f1,validate_action_review_receipt_fa2f06c3,node_agent_mmd_orchestration_layer_orchestration_vali_c01b04be,node_agent_mmd_llm_model_layer_llmlayer_validate_pack_2a12e1f4,node_agent_mmd_tool_layer_toollayer_validate_packaged_2855c827,validate_replay_packet_f309747e,node_agent_mmd_tool_layer_toollayer_ci_migrate_core_c_049f8460,node_agent_mmd_memory_vector_layer_memorylayer_ci_mig_0cd5b1a4,doctor_checks_5a2eb2b9,doctor_github_tool_checks_a53b0382,doctor_tool_checks_4acac51a,next_blocked_decisions_4140ad2b,policy_gate_213f7313,remediate_cli_output_cc165396,node_agent_mmd_orchestration_layer_orchestration_reme_359fe98f,node_agent_mmd_llm_model_layer_llmlayer_remediate_run_9e3d4585,node_agent_mmd_tool_layer_toollayer_remediate_runner__c003b871,node_agent_mmd_tool_layer_toollayer_review_gate_core__7704598b,node_agent_mmd_memory_vector_layer_memorylayer_review_5bee9816,index_1bc04b52,types_1_4ecdf56e,validation_constants_e002a0f6,validation_98c41dcd,node_agent_mmd_orchestration_layer_orchestration_chec_0550c395,node_agent_mmd_tool_layer_toollayer_checker_checker_2_453d593b,node_agent_mmd_memory_vector_layer_memorylayer_checke_a583eb4f,cli_args_1_6144b055,node_agent_mmd_orchestration_layer_orchestration_comm_6e41a7f7,node_agent_mmd_tool_layer_toollayer_command_capabilit_7fe13db1,node_agent_mmd_tool_layer_toollayer_command_capabilit_e97a4615,node_agent_mmd_memory_vector_layer_memorylayer_comman_c72a5d05,linear_command_actions_e430f4f4,node_agent_mmd_orchestration_layer_orchestration_line_b67affd5,node_agent_mmd_tool_layer_toollayer_linear_command_ru_d6763748,node_agent_mmd_orchestration_layer_orchestration_poli_3270b55d,node_agent_mmd_tool_layer_toollayer_policy_validators_af136abf,node_agent_mmd_memory_vector_layer_memorylayer_policy_1944de42,node_agent_mmd_orchestration_layer_orchestration_type_7cf81261,node_agent_mmd_tool_layer_toollayer_types_core_types__6c8319b6,node_agent_mmd_memory_vector_layer_memorylayer_types__83f369fa,node_agent_mmd_orchestration_layer_orchestration_vali_d9fe99e6,node_agent_mmd_tool_layer_toollayer_validator_core_va_6ef6131f,node_agent_mmd_memory_vector_layer_memorylayer_valida_41034356,validator_helpers_7b927667,node_agent_mmd_orchestration_layer_orchestration_he_p_fc778c24,node_agent_mmd_tool_layer_toollayer_he_phase_exit_cor_af016160,ralph_runtime_73d63c0e,observed_skill_usage_ed7d5930,closure_evidence_aaa31467,pr_creator_dc6b1ea4,client_948fe603,init_output_360dce91,scaffold_ci_templates_2afd6392,scaffold_codex_environment_templates_334fbbed,scaffold_config_templates_4b80ce53,node_agent_mmd_orchestration_layer_orchestration_scaf_c9a90c2f,node_agent_mmd_tool_layer_toollayer_scaffold_environm_c1afc013,node_agent_mmd_memory_vector_layer_memorylayer_scaffo_12b42341,scaffold_github_actions_pr_pipeline_renderer_1ee18de5,scaffold_github_actions_pr_pipeline_template_e2b85f62,scaffold_release_private_npm_template_075499f8,node_agent_mmd_llm_model_layer_llmlayer_constants_con_c9bd3f6c,node_agent_mmd_tool_layer_toollayer_constants_constan_9d71b829,index_9_32dd4d91,validation_common_6161e48b,node_agent_mmd_tool_layer_toollayer_cli_cli_2_1_32d9eeaf,node_agent_mmd_memory_vector_layer_memorylayer_cli_cl_1f1f89ab,node_agent_mmd_tool_layer_toollayer_metrics_tracker_m_4c9237d8,node_agent_mmd_memory_vector_layer_memorylayer_metric_12562178,normalise_renderer_85f2e563,evaluation_engine_core_e054fe49,node_agent_mmd_orchestration_layer_orchestration_tool_cc43149f,node_agent_mmd_tool_layer_toollayer_tooling_baseline__61e66e9f,node_agent_mmd_memory_vector_layer_memorylayer_toolin_14f86b00,node_agent_mmd_orchestration_layer_orchestration_prom_d17b4de2,node_agent_mmd_llm_model_layer_llmlayer_prompt_contex_81f9066a,node_agent_mmd_tool_layer_toollayer_prompt_context_dr_a2772f2b,node_agent_mmd_memory_vector_layer_memorylayer_prompt_ae34fc43,node_agent_mmd_orchestration_layer_orchestration_prom_77088997,node_agent_mmd_llm_model_layer_llmlayer_prompt_contex_e5066b88,node_agent_mmd_tool_layer_toollayer_prompt_context_dr_bd82da46,node_agent_mmd_memory_vector_layer_memorylayer_prompt_efd77624,replay_packet_a1293f88,index_14_d982116c,review_lifecycle_contract_e5447221,review_lifecycle_89afa64c,node_agent_mmd_tool_layer_toollayer_runtime_card_code_3636ceac,node_agent_mmd_memory_vector_layer_memorylayer_runtim_a5d23e7f,runtime_card_codex_runtime_0655e230,runtime_evidence_bundle_d471a232,types_36_674380ec,index_17_642943a2,projection_1b250ea1,types_38_e8efcd57,validation_7_c4e6d8b6 toolNode
  classDef memNode fill:#555,color:#fff
-   class node_agent_mmd_orchestration_layer_orchestration_chec_7fd47f5c,node_agent_mmd_llm_model_layer_llmlayer_check_steerin_0e1bf90d,node_agent_mmd_tool_layer_toollayer_check_steering_fe_eafecf3a,node_agent_mmd_memory_vector_layer_memorylayer_check__64c86928,normalize_workflow_contracts_8701f1c8,sync_codex_preflight_7e7a8dc2,test_harness_upgrade_matrix_84113c4e,node_agent_mmd_llm_model_layer_llmlayer_validate_prom_9880f764,node_agent_mmd_memory_vector_layer_memorylayer_valida_c52c4db8,validate_runtime_packet_schemas_bc3ba8ec,validate_workflow_contracts_33dc063c,branch_protect_core_a8feb0fd,node_agent_mmd_tool_layer_toollayer_ci_migrate_core_c_049f8460,node_agent_mmd_memory_vector_layer_memorylayer_ci_mig_0cd5b1a4,context_health_80bb7da9,node_agent_mmd_llm_model_layer_llmlayer_context_conte_ad2dfbd9,node_agent_mmd_memory_vector_layer_memorylayer_contex_78ceaaa9,docs_gate_core_eb9b6c18,node_agent_mmd_llm_model_layer_llmlayer_index_context_1041bd11,node_agent_mmd_memory_vector_layer_memorylayer_index__6f3402d0,local_memory_preflight_dcc36c42,memory_gate_a577a506,pattern_scope_siblings_43abe000,review_context_ca6cf81d,node_agent_mmd_tool_layer_toollayer_review_gate_core__7704598b,node_agent_mmd_memory_vector_layer_memorylayer_review_5bee9816,node_agent_mmd_llm_model_layer_llmlayer_search_search_66b9a911,node_agent_mmd_memory_vector_layer_memorylayer_search_ac35cb7e,session_context_e5ec72c0,node_agent_mmd_orchestration_layer_orchestration_tool_acfe0c01,node_agent_mmd_memory_vector_layer_memorylayer_toolin_a1185b8f,run_local_memory_preflight_36e92808,node_agent_mmd_orchestration_layer_orchestration_chec_0550c395,node_agent_mmd_tool_layer_toollayer_checker_checker_2_453d593b,node_agent_mmd_memory_vector_layer_memorylayer_checke_a583eb4f,node_agent_mmd_orchestration_layer_orchestration_cont_61b3b9c9,node_agent_mmd_llm_model_layer_llmlayer_context_healt_cfc0bfa8,node_agent_mmd_memory_vector_layer_memorylayer_contex_3204aa0e,node_agent_mmd_orchestration_layer_orchestration_type_4f906dcc,node_agent_mmd_memory_vector_layer_memorylayer_types__9ad640a0,branch_protect_sync_570adb18,node_agent_mmd_tool_layer_toollayer_command_capabilit_e97a4615,node_agent_mmd_memory_vector_layer_memorylayer_comman_c72a5d05,node_agent_mmd_orchestration_layer_orchestration_comm_1f8cc24c,node_agent_mmd_llm_model_layer_llmlayer_command_specs_782af9fa,node_agent_mmd_memory_vector_layer_memorylayer_comman_111eb454,local_memory_preflight_command_spec_9e23f3ce,memory_gate_command_spec_dc9001a9,review_gate_command_spec_3187376a,session_context_command_spec_973afbb1,node_agent_mmd_llm_model_layer_llmlayer_constants_con_c9bd3f6c,node_agent_mmd_memory_vector_layer_memorylayer_consta_702d3f46,context_compact_policy_3dcaf95d,node_agent_mmd_llm_model_layer_llmlayer_index_index_1_02e160ff,node_agent_mmd_memory_vector_layer_memorylayer_index__752bc61e,node_agent_mmd_llm_model_layer_llmlayer_indexer_index_4f4deef5,node_agent_mmd_memory_vector_layer_memorylayer_indexe_93e6d86f,init_error_5c7dd49f,lexical_fallback_723e2b3e,node_agent_mmd_llm_model_layer_llmlayer_ollama_ollama_968b23fa,node_agent_mmd_memory_vector_layer_memorylayer_ollama_6d51be16,rollout_a4fa034c,sources_878a52fc,store_824d80d7,node_agent_mmd_llm_model_layer_llmlayer_sync_contract_9f3cc8c1,node_agent_mmd_memory_vector_layer_memorylayer_sync_c_e43418bc,types_8_f6283648,harness_run_context_ac7c77a9,index_4_013aa0e3,json_schema_core_96d7e328,node_agent_mmd_orchestration_layer_orchestration_poli_3270b55d,node_agent_mmd_tool_layer_toollayer_policy_validators_af136abf,node_agent_mmd_memory_vector_layer_memorylayer_policy_1944de42,node_agent_mmd_orchestration_layer_orchestration_type_7cf81261,node_agent_mmd_tool_layer_toollayer_types_core_types__6c8319b6,node_agent_mmd_memory_vector_layer_memorylayer_types__83f369fa,node_agent_mmd_orchestration_layer_orchestration_vali_d9fe99e6,node_agent_mmd_tool_layer_toollayer_validator_core_va_6ef6131f,node_agent_mmd_memory_vector_layer_memorylayer_valida_41034356,node_agent_mmd_orchestration_layer_orchestration_init_2a9c3ecb,node_agent_mmd_memory_vector_layer_memorylayer_init_m_333d02c5,node_agent_mmd_orchestration_layer_orchestration_proj_6ab6f60f,node_agent_mmd_memory_vector_layer_memorylayer_projec_3ae304d9,scaffold_diagram_templates_dd88e83c,node_agent_mmd_orchestration_layer_orchestration_scaf_12cc07db,node_agent_mmd_memory_vector_layer_memorylayer_scaffo_5fd73b94,node_agent_mmd_orchestration_layer_orchestration_scaf_c9a90c2f,node_agent_mmd_tool_layer_toollayer_scaffold_environm_c1afc013,node_agent_mmd_memory_vector_layer_memorylayer_scaffo_12b42341,scaffold_root_command_templates_404fed7f,scaffold_script_template_registry_69312d4e,scaffold_shell_templates_0ad0f915,scaffold_surfaces_12d6494e,node_agent_mmd_orchestration_layer_orchestration_scaf_ff8f92f6,node_agent_mmd_memory_vector_layer_memorylayer_scaffo_a86eece1,scaffold_workflow_template_92310587,eval_seed_5699fd3e,index_10_f6785a46,review_context_1_e3afed15,memory_gate_1_265164ac,branch_enforcer_acb749cd,cli_args_5_09ea29f0,node_agent_mmd_tool_layer_toollayer_cli_cli_2_1_32d9eeaf,node_agent_mmd_memory_vector_layer_memorylayer_cli_cl_1f1f89ab,node_agent_mmd_tool_layer_toollayer_metrics_tracker_m_4c9237d8,node_agent_mmd_memory_vector_layer_memorylayer_metric_12562178,types_19_eb4ad5f0,validator_5_b19ac2be,node_agent_mmd_orchestration_layer_orchestration_clas_899b821a,node_agent_mmd_memory_vector_layer_memorylayer_classi_1ebbf5ff,node_agent_mmd_orchestration_layer_orchestration_tool_cc43149f,node_agent_mmd_tool_layer_toollayer_tooling_baseline__61e66e9f,node_agent_mmd_memory_vector_layer_memorylayer_toolin_14f86b00,claim_helpers_20dc8387,types_24_c63dc1a7,local_memory_smoke_1175abfc,local_memory_0db17ecc,performance_overload_c685bfcf,node_agent_mmd_orchestration_layer_orchestration_sugg_85c5ebe3,node_agent_mmd_memory_vector_layer_memorylayer_sugges_267f408d,node_agent_mmd_orchestration_layer_orchestration_prom_d17b4de2,node_agent_mmd_llm_model_layer_llmlayer_prompt_contex_81f9066a,node_agent_mmd_tool_layer_toollayer_prompt_context_dr_a2772f2b,node_agent_mmd_memory_vector_layer_memorylayer_prompt_ae34fc43,node_agent_mmd_orchestration_layer_orchestration_prom_77088997,node_agent_mmd_llm_model_layer_llmlayer_prompt_contex_e5066b88,node_agent_mmd_tool_layer_toollayer_prompt_context_dr_bd82da46,node_agent_mmd_memory_vector_layer_memorylayer_prompt_efd77624,node_agent_mmd_llm_model_layer_llmlayer_prompt_contex_6426acc2,node_agent_mmd_memory_vector_layer_memorylayer_prompt_55c0d605,types_31_eb363e20,policy_1_fc4198db,node_agent_mmd_tool_layer_toollayer_runtime_card_code_3636ceac,node_agent_mmd_memory_vector_layer_memorylayer_runtim_a5d23e7f,cli_11_338a8415,collector_0736fd5b,types_34_85e6a0bb,overload_guard_2748c559 memNode
+   class node_agent_mmd_orchestration_layer_orchestration_chec_7fd47f5c,node_agent_mmd_llm_model_layer_llmlayer_check_steerin_0e1bf90d,node_agent_mmd_tool_layer_toollayer_check_steering_fe_eafecf3a,node_agent_mmd_memory_vector_layer_memorylayer_check__64c86928,normalize_workflow_contracts_8701f1c8,sync_codex_preflight_7e7a8dc2,test_harness_upgrade_matrix_84113c4e,node_agent_mmd_llm_model_layer_llmlayer_validate_prom_9880f764,node_agent_mmd_memory_vector_layer_memorylayer_valida_c52c4db8,validate_runtime_packet_schemas_bc3ba8ec,node_agent_mmd_llm_model_layer_llmlayer_validate_syst_5636156e,node_agent_mmd_memory_vector_layer_memorylayer_valida_db599a97,validate_workflow_contracts_33dc063c,branch_protect_core_a8feb0fd,node_agent_mmd_tool_layer_toollayer_ci_migrate_core_c_049f8460,node_agent_mmd_memory_vector_layer_memorylayer_ci_mig_0cd5b1a4,context_health_80bb7da9,node_agent_mmd_llm_model_layer_llmlayer_context_conte_ad2dfbd9,node_agent_mmd_memory_vector_layer_memorylayer_contex_78ceaaa9,docs_gate_core_eb9b6c18,node_agent_mmd_llm_model_layer_llmlayer_index_context_1041bd11,node_agent_mmd_memory_vector_layer_memorylayer_index__6f3402d0,local_memory_preflight_dcc36c42,memory_gate_a577a506,pattern_scope_siblings_43abe000,review_context_ca6cf81d,node_agent_mmd_tool_layer_toollayer_review_gate_core__7704598b,node_agent_mmd_memory_vector_layer_memorylayer_review_5bee9816,node_agent_mmd_llm_model_layer_llmlayer_search_search_66b9a911,node_agent_mmd_memory_vector_layer_memorylayer_search_ac35cb7e,session_context_e5ec72c0,node_agent_mmd_orchestration_layer_orchestration_tool_acfe0c01,node_agent_mmd_memory_vector_layer_memorylayer_toolin_a1185b8f,run_local_memory_preflight_36e92808,node_agent_mmd_orchestration_layer_orchestration_chec_0550c395,node_agent_mmd_tool_layer_toollayer_checker_checker_2_453d593b,node_agent_mmd_memory_vector_layer_memorylayer_checke_a583eb4f,node_agent_mmd_orchestration_layer_orchestration_cont_61b3b9c9,node_agent_mmd_llm_model_layer_llmlayer_context_healt_cfc0bfa8,node_agent_mmd_memory_vector_layer_memorylayer_contex_3204aa0e,node_agent_mmd_orchestration_layer_orchestration_type_4f906dcc,node_agent_mmd_memory_vector_layer_memorylayer_types__9ad640a0,branch_protect_sync_570adb18,node_agent_mmd_tool_layer_toollayer_command_capabilit_e97a4615,node_agent_mmd_memory_vector_layer_memorylayer_comman_c72a5d05,node_agent_mmd_orchestration_layer_orchestration_comm_1f8cc24c,node_agent_mmd_llm_model_layer_llmlayer_command_specs_782af9fa,node_agent_mmd_memory_vector_layer_memorylayer_comman_111eb454,local_memory_preflight_command_spec_9e23f3ce,memory_gate_command_spec_dc9001a9,review_gate_command_spec_3187376a,session_context_command_spec_973afbb1,node_agent_mmd_llm_model_layer_llmlayer_constants_con_c9bd3f6c,node_agent_mmd_memory_vector_layer_memorylayer_consta_702d3f46,context_compact_policy_3dcaf95d,node_agent_mmd_llm_model_layer_llmlayer_index_index_1_02e160ff,node_agent_mmd_memory_vector_layer_memorylayer_index__752bc61e,node_agent_mmd_llm_model_layer_llmlayer_indexer_index_4f4deef5,node_agent_mmd_memory_vector_layer_memorylayer_indexe_93e6d86f,init_error_5c7dd49f,lexical_fallback_723e2b3e,node_agent_mmd_llm_model_layer_llmlayer_ollama_ollama_968b23fa,node_agent_mmd_memory_vector_layer_memorylayer_ollama_6d51be16,rollout_a4fa034c,sources_878a52fc,store_824d80d7,node_agent_mmd_llm_model_layer_llmlayer_sync_contract_9f3cc8c1,node_agent_mmd_memory_vector_layer_memorylayer_sync_c_e43418bc,types_8_f6283648,harness_run_context_ac7c77a9,index_4_013aa0e3,json_schema_core_96d7e328,node_agent_mmd_orchestration_layer_orchestration_poli_3270b55d,node_agent_mmd_tool_layer_toollayer_policy_validators_af136abf,node_agent_mmd_memory_vector_layer_memorylayer_policy_1944de42,node_agent_mmd_orchestration_layer_orchestration_type_7cf81261,node_agent_mmd_tool_layer_toollayer_types_core_types__6c8319b6,node_agent_mmd_memory_vector_layer_memorylayer_types__83f369fa,node_agent_mmd_orchestration_layer_orchestration_vali_d9fe99e6,node_agent_mmd_tool_layer_toollayer_validator_core_va_6ef6131f,node_agent_mmd_memory_vector_layer_memorylayer_valida_41034356,node_agent_mmd_orchestration_layer_orchestration_init_2a9c3ecb,node_agent_mmd_memory_vector_layer_memorylayer_init_m_333d02c5,node_agent_mmd_orchestration_layer_orchestration_proj_6ab6f60f,node_agent_mmd_memory_vector_layer_memorylayer_projec_3ae304d9,scaffold_diagram_templates_dd88e83c,node_agent_mmd_orchestration_layer_orchestration_scaf_12cc07db,node_agent_mmd_memory_vector_layer_memorylayer_scaffo_5fd73b94,node_agent_mmd_orchestration_layer_orchestration_scaf_c9a90c2f,node_agent_mmd_tool_layer_toollayer_scaffold_environm_c1afc013,node_agent_mmd_memory_vector_layer_memorylayer_scaffo_12b42341,scaffold_root_command_templates_404fed7f,scaffold_script_template_registry_69312d4e,scaffold_shell_templates_0ad0f915,scaffold_surfaces_12d6494e,node_agent_mmd_orchestration_layer_orchestration_scaf_ff8f92f6,node_agent_mmd_memory_vector_layer_memorylayer_scaffo_a86eece1,scaffold_workflow_template_92310587,eval_seed_5699fd3e,index_10_f6785a46,review_context_1_e3afed15,memory_gate_1_265164ac,branch_enforcer_acb749cd,cli_args_5_09ea29f0,node_agent_mmd_tool_layer_toollayer_cli_cli_2_1_32d9eeaf,node_agent_mmd_memory_vector_layer_memorylayer_cli_cl_1f1f89ab,node_agent_mmd_tool_layer_toollayer_metrics_tracker_m_4c9237d8,node_agent_mmd_memory_vector_layer_memorylayer_metric_12562178,types_19_eb4ad5f0,validator_5_b19ac2be,node_agent_mmd_orchestration_layer_orchestration_clas_899b821a,node_agent_mmd_memory_vector_layer_memorylayer_classi_1ebbf5ff,node_agent_mmd_orchestration_layer_orchestration_tool_cc43149f,node_agent_mmd_tool_layer_toollayer_tooling_baseline__61e66e9f,node_agent_mmd_memory_vector_layer_memorylayer_toolin_14f86b00,claim_helpers_20dc8387,types_24_c63dc1a7,local_memory_smoke_1175abfc,local_memory_0db17ecc,performance_overload_c685bfcf,node_agent_mmd_orchestration_layer_orchestration_sugg_85c5ebe3,node_agent_mmd_memory_vector_layer_memorylayer_sugges_267f408d,node_agent_mmd_orchestration_layer_orchestration_prom_d17b4de2,node_agent_mmd_llm_model_layer_llmlayer_prompt_contex_81f9066a,node_agent_mmd_tool_layer_toollayer_prompt_context_dr_a2772f2b,node_agent_mmd_memory_vector_layer_memorylayer_prompt_ae34fc43,node_agent_mmd_orchestration_layer_orchestration_prom_77088997,node_agent_mmd_llm_model_layer_llmlayer_prompt_contex_e5066b88,node_agent_mmd_tool_layer_toollayer_prompt_context_dr_bd82da46,node_agent_mmd_memory_vector_layer_memorylayer_prompt_efd77624,node_agent_mmd_llm_model_layer_llmlayer_prompt_contex_6426acc2,node_agent_mmd_memory_vector_layer_memorylayer_prompt_55c0d605,types_31_eb363e20,policy_1_fc4198db,node_agent_mmd_tool_layer_toollayer_runtime_card_code_3636ceac,node_agent_mmd_memory_vector_layer_memorylayer_runtim_a5d23e7f,cli_11_338a8415,collector_0736fd5b,types_34_85e6a0bb,overload_guard_2748c559 memNode
